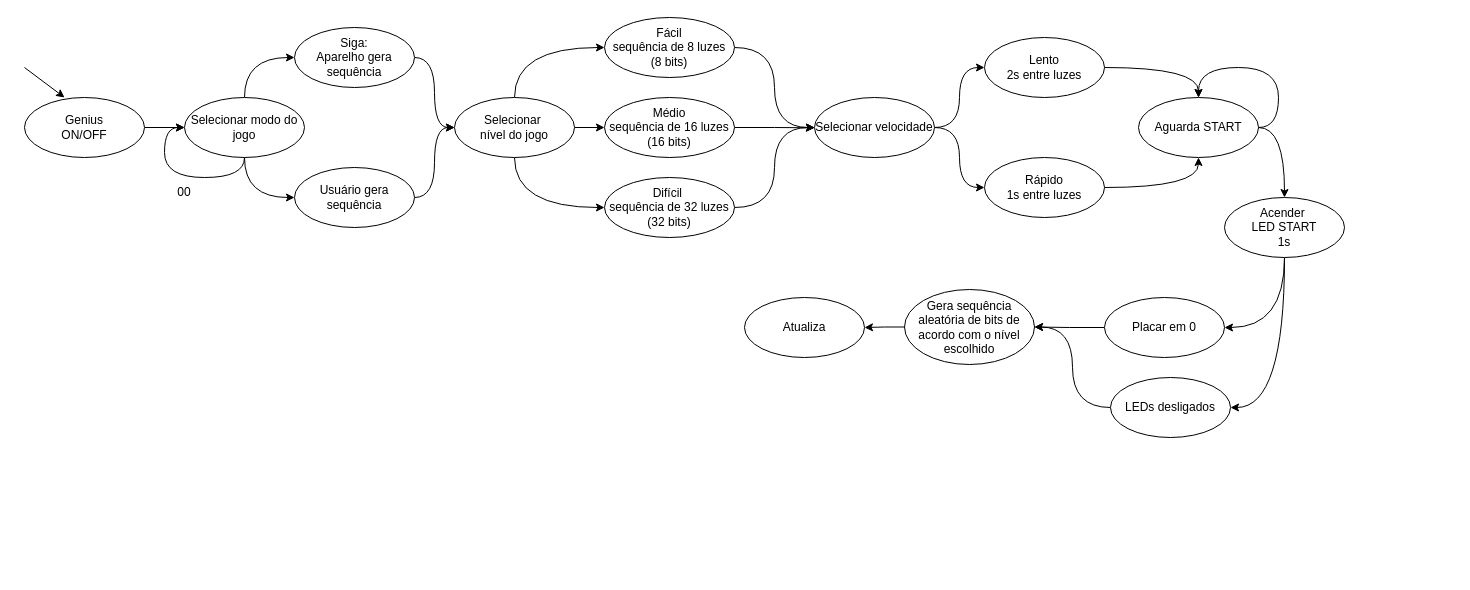
engleonardorodrigues/systemverilog-riscv-genius-game keeps this draw.io diagram as docs/figs/FSM Genius.drawio. Above is the earlier version. Source tidied: cells renumbered, new cells numbered last; positions are measured from the earlier drawing's top-left corner, leaving out a move shared by most shapes. Both pictures are drawn from the tidied source at 100%, with x=0, y=0 at pixel (24, 17).
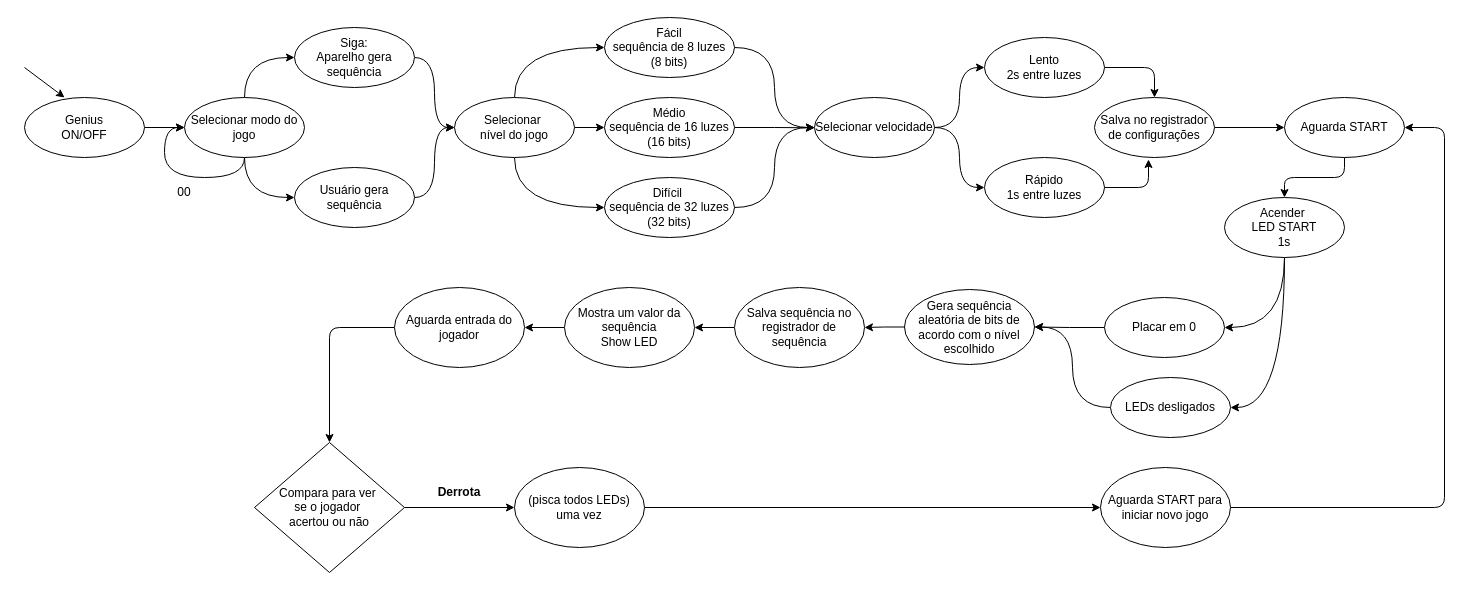
The same diagram, later.

Unchanged cells that the change refers to:
```xml
<mxCell id="21" value="Lento&lt;div&gt;2s entre luzes&lt;/div&gt;" style="ellipse;whiteSpace=wrap;html=1;" parent="1" vertex="1">
  <mxGeometry x="960" y="20" width="120" height="60" as="geometry" />
</mxCell>
<mxCell id="23" value="Rápido&lt;div&gt;1s entre luzes&lt;/div&gt;" style="ellipse;whiteSpace=wrap;html=1;" parent="1" vertex="1">
  <mxGeometry x="960" y="140" width="120" height="60" as="geometry" />
</mxCell>
<mxCell id="43" value="Acender&amp;nbsp;&lt;div&gt;LED START&lt;div&gt;1s&lt;/div&gt;&lt;/div&gt;" style="ellipse;whiteSpace=wrap;html=1;" parent="1" vertex="1">
  <mxGeometry x="1200" y="180" width="120" height="60" as="geometry" />
</mxCell>
```

Change to the diagram source:
```diff
@@
-    <mxCell id="12" style="edgeStyle=orthogonalEdgeStyle;rounded=0;jettySize=auto;html=1;exitX=1;exitY=0.5;exitDx=0;exitDy=0;entryX=0.5;entryY=0;entryDx=0;entryDy=0;curved=1;" parent="1" edge="1" source="13" target="43">
+    <mxCell id="12" style="edgeStyle=orthogonalEdgeStyle;html=1;exitX=0.5;exitY=1;exitDx=0;exitDy=0;entryX=0.5;entryY=0;entryDx=0;entryDy=0;" parent="1" edge="1" source="13" target="43">
       <mxGeometry relative="1" as="geometry" />
     </mxCell>
     <mxCell id="13" value="Aguarda START" style="ellipse;whiteSpace=wrap;html=1;" parent="1" vertex="1">
-      <mxGeometry x="1114" y="80" width="120" height="60" as="geometry" />
+      <mxGeometry x="1260" y="80" width="120" height="60" as="geometry" />
     </mxCell>
@@
-    <mxCell id="20" style="edgeStyle=orthogonalEdgeStyle;rounded=0;jettySize=auto;html=1;exitX=1;exitY=0.5;exitDx=0;exitDy=0;entryX=0.5;entryY=0;entryDx=0;entryDy=0;curved=1;" parent="1" edge="1" source="21" target="13">
-      <mxGeometry relative="1" as="geometry" />
-    </mxCell>
+    <mxCell id="44" style="edgeStyle=orthogonalEdgeStyle;html=1;exitX=1;exitY=0.5;exitDx=0;exitDy=0;entryX=0.5;entryY=0;entryDx=0;entryDy=0;" parent="1" edge="1" source="21" target="58">
+      <mxGeometry relative="1" as="geometry" />
+    </mxCell>
@@
-    <mxCell id="22" style="edgeStyle=orthogonalEdgeStyle;rounded=0;jettySize=auto;html=1;exitX=1;exitY=0.5;exitDx=0;exitDy=0;entryX=0.5;entryY=1;entryDx=0;entryDy=0;curved=1;" parent="1" edge="1" source="23" target="13">
-      <mxGeometry relative="1" as="geometry" />
-    </mxCell>
@@
-    <mxCell id="32" style="edgeStyle=orthogonalEdgeStyle;rounded=0;orthogonalLoop=1;jettySize=auto;html=1;exitX=1;exitY=0.5;exitDx=0;exitDy=0;entryX=0.5;entryY=0;entryDx=0;entryDy=0;curved=1;" parent="1" edge="1" source="13" target="13">
-      <mxGeometry relative="1" as="geometry">
-        <Array as="points">
-          <mxPoint x="1254" y="110" />
-          <mxPoint x="1254" y="50" />
-          <mxPoint x="1174" y="50" />
-        </Array>
-      </mxGeometry>
-    </mxCell>
@@
+    <mxCell id="45" style="edgeStyle=none;html=1;exitX=0;exitY=0.5;exitDx=0;exitDy=0;entryX=1;entryY=0.5;entryDx=0;entryDy=0;" parent="1" edge="1" source="35" target="47">
+      <mxGeometry relative="1" as="geometry" />
+    </mxCell>
-    <mxCell id="35" value="Atualiza" style="ellipse;whiteSpace=wrap;html=1;" parent="1" vertex="1">
-      <mxGeometry x="720" y="280" width="120" height="60" as="geometry" />
+    <mxCell id="35" value="Salva sequência no registrador de sequência" style="ellipse;whiteSpace=wrap;html=1;" parent="1" vertex="1">
+      <mxGeometry x="710" y="270" width="130" height="80" as="geometry" />
     </mxCell>
@@
+    <mxCell id="46" style="edgeStyle=none;html=1;exitX=0;exitY=0.5;exitDx=0;exitDy=0;entryX=1;entryY=0.5;entryDx=0;entryDy=0;" parent="1" edge="1" source="47" target="51">
+      <mxGeometry relative="1" as="geometry" />
+    </mxCell>
+    <mxCell id="47" value="Mostra um valor da sequência&lt;div&gt;Show LED&lt;/div&gt;" style="ellipse;whiteSpace=wrap;html=1;" parent="1" vertex="1">
+      <mxGeometry x="540" y="270" width="130" height="80" as="geometry" />
+    </mxCell>
+    <mxCell id="48" style="edgeStyle=none;html=1;exitX=1;exitY=0.5;exitDx=0;exitDy=0;entryX=0;entryY=0.5;entryDx=0;entryDy=0;" parent="1" edge="1" source="49" target="53">
+      <mxGeometry relative="1" as="geometry" />
+    </mxCell>
+    <mxCell id="49" value="Compara para ver&amp;nbsp;&lt;div&gt;se o jogador&amp;nbsp;&lt;/div&gt;&lt;div&gt;acertou ou não&lt;/div&gt;" style="rhombus;whiteSpace=wrap;html=1;" parent="1" vertex="1">
+      <mxGeometry x="230" y="425" width="150" height="130" as="geometry" />
+    </mxCell>
+    <mxCell id="50" style="edgeStyle=orthogonalEdgeStyle;html=1;exitX=0;exitY=0.5;exitDx=0;exitDy=0;entryX=0.5;entryY=0;entryDx=0;entryDy=0;" parent="1" edge="1" source="51" target="49">
+      <mxGeometry relative="1" as="geometry" />
+    </mxCell>
+    <mxCell id="51" value="Aguarda entrada do jogador" style="ellipse;whiteSpace=wrap;html=1;" parent="1" vertex="1">
+      <mxGeometry x="370" y="270" width="130" height="80" as="geometry" />
+    </mxCell>
+    <mxCell id="52" style="edgeStyle=none;html=1;exitX=1;exitY=0.5;exitDx=0;exitDy=0;entryX=0;entryY=0.5;entryDx=0;entryDy=0;" parent="1" edge="1" source="53" target="55">
+      <mxGeometry relative="1" as="geometry" />
+    </mxCell>
+    <mxCell id="53" value="&lt;div&gt;(pisca todos LEDs)&lt;/div&gt;&lt;div&gt;uma vez&lt;/div&gt;" style="ellipse;whiteSpace=wrap;html=1;" parent="1" vertex="1">
+      <mxGeometry x="490" y="450" width="130" height="80" as="geometry" />
+    </mxCell>
+    <mxCell id="54" style="edgeStyle=orthogonalEdgeStyle;html=1;exitX=1;exitY=0.5;exitDx=0;exitDy=0;entryX=1;entryY=0.5;entryDx=0;entryDy=0;" parent="1" edge="1" source="55" target="13">
+      <mxGeometry relative="1" as="geometry">
+        <Array as="points">
+          <mxPoint x="1420" y="490" />
+          <mxPoint x="1420" y="110" />
+        </Array>
+      </mxGeometry>
+    </mxCell>
+    <mxCell id="55" value="Aguarda START para iniciar novo jogo" style="ellipse;whiteSpace=wrap;html=1;" parent="1" vertex="1">
+      <mxGeometry x="1076" y="450" width="130" height="80" as="geometry" />
+    </mxCell>
+    <mxCell id="56" value="&lt;b&gt;Derrota&lt;/b&gt;" style="text;html=1;align=center;verticalAlign=middle;whiteSpace=wrap;rounded=0;" parent="1" vertex="1">
+      <mxGeometry x="405" y="460" width="60" height="30" as="geometry" />
+    </mxCell>
+    <mxCell id="57" style="edgeStyle=none;html=1;exitX=1;exitY=0.5;exitDx=0;exitDy=0;entryX=0;entryY=0.5;entryDx=0;entryDy=0;" parent="1" edge="1" source="58" target="13">
+      <mxGeometry relative="1" as="geometry" />
+    </mxCell>
+    <mxCell id="58" value="Salva no registrador&lt;div&gt;de configurações&lt;/div&gt;" style="ellipse;whiteSpace=wrap;html=1;" parent="1" vertex="1">
+      <mxGeometry x="1070" y="80" width="120" height="60" as="geometry" />
+    </mxCell>
+    <mxCell id="59" style="edgeStyle=orthogonalEdgeStyle;html=1;exitX=1;exitY=0.5;exitDx=0;exitDy=0;entryX=0.45;entryY=1.033;entryDx=0;entryDy=0;entryPerimeter=0;" parent="1" edge="1" source="23" target="58">
+      <mxGeometry relative="1" as="geometry" />
+    </mxCell>
```
